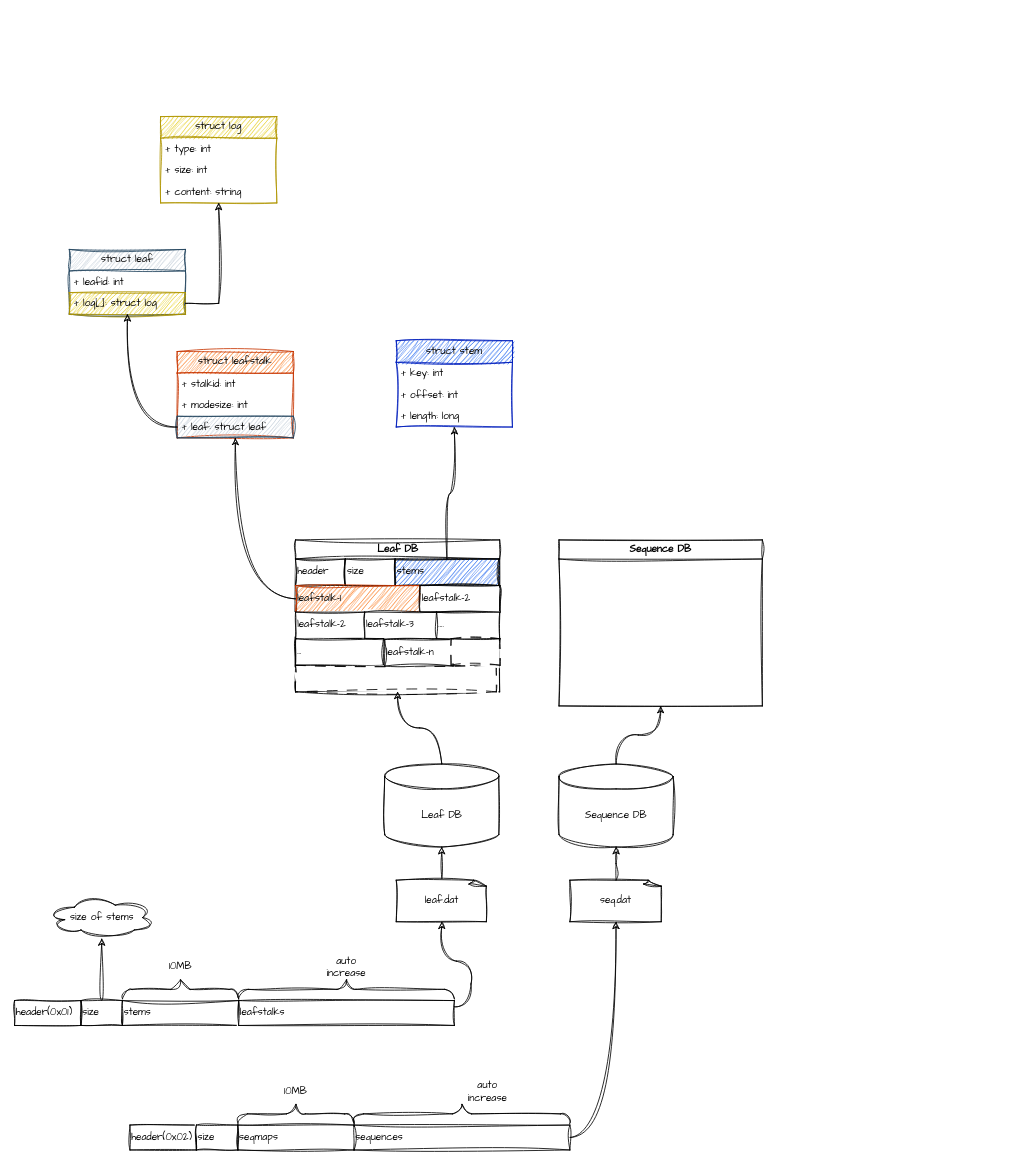
Earlier version of the draw.io diagram Untitled Diagram.drawio (LukeAtTheWorld/LUKE). Source tidied: cells renumbered, new cells numbered last; positions are measured from the earlier drawing's top-left corner, leaving out a move shared by most shapes. Both pictures are drawn from the tidied source at 83%, with x=0, y=0 at pixel (14, 116).
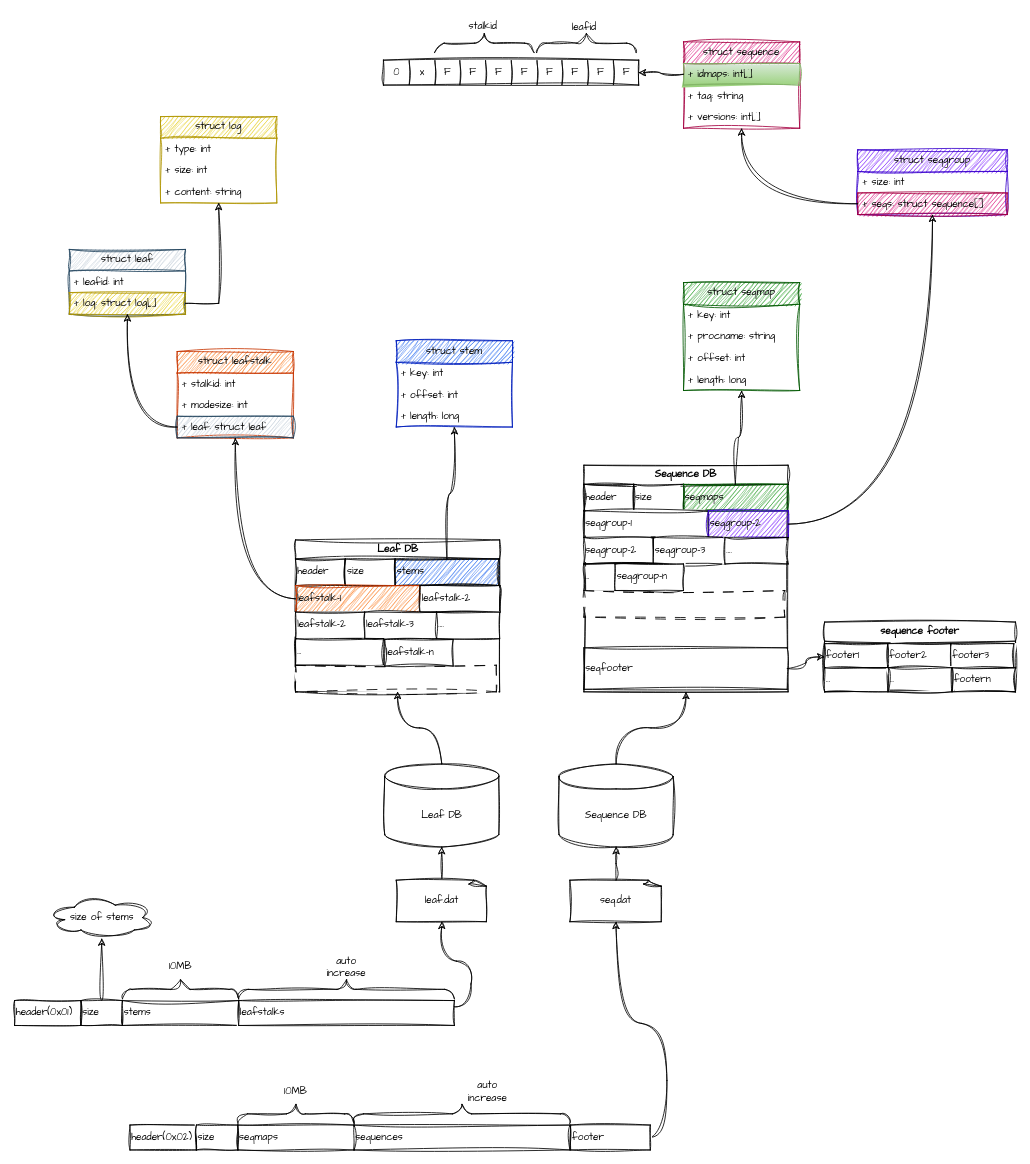
Above is the later version.

The change refers to these unchanged cells:
```xml
<mxCell id="17" value="Sequence DB" style="shape=cylinder3;whiteSpace=wrap;html=1;boundedLbl=1;backgroundOutline=1;size=15;sketch=1;curveFitting=1;jiggle=2;shadow=0;fontFamily=Comic Sans MS;" parent="1" vertex="1">
  <mxGeometry x="656" y="780" width="137.5" height="100" as="geometry" />
</mxCell>
<mxCell id="21" value="seq.dat" style="whiteSpace=wrap;html=1;shape=mxgraph.basic.document;align=center;sketch=1;curveFitting=1;jiggle=2;shadow=0;fontFamily=Comic Sans MS;" parent="1" vertex="1">
  <mxGeometry x="669.1" y="920" width="111.2" height="50" as="geometry" />
</mxCell>
<mxCell id="44" value="struct leaf" style="swimlane;fontStyle=0;horizontal=1;startSize=26;fillColor=#bac8d3;whiteSpace=wrap;html=1;sketch=1;curveFitting=1;jiggle=2;fontFamily=Comic Sans MS;strokeColor=#23445d;fillStyle=auto;" parent="1" vertex="1">
  <mxGeometry x="66" y="160" width="140" height="78" as="geometry" />
</mxCell>
<mxCell id="59" value="sequences" style="rounded=0;whiteSpace=wrap;html=1;align=left;fontFamily=Comic Sans MS;sketch=1;curveFitting=1;jiggle=2;" parent="1" vertex="1">
  <mxGeometry x="409.1" y="1215" width="260" height="30" as="geometry" />
</mxCell>
```

Change to the diagram source:
```diff
@@
-    <mxCell id="16" style="edgeStyle=orthogonalEdgeStyle;rounded=0;jettySize=auto;html=1;entryX=0.5;entryY=1;entryDx=0;entryDy=0;curved=1;sketch=1;curveFitting=1;jiggle=2;shadow=0;fontFamily=Comic Sans MS;" parent="1" edge="1" source="17" target="22">
+    <mxCell id="16" style="edgeStyle=orthogonalEdgeStyle;rounded=0;jettySize=auto;html=1;curved=1;sketch=1;curveFitting=1;jiggle=2;shadow=0;fontFamily=Comic Sans MS;entryX=0.5;entryY=1;entryDx=0;entryDy=0;" parent="1" edge="1" source="17" target="22">
       <mxGeometry relative="1" as="geometry" />
     </mxCell>
@@
-    <mxCell id="22" value="Sequence DB" style="swimlane;whiteSpace=wrap;html=1;sketch=1;curveFitting=1;jiggle=2;shadow=0;fontFamily=Comic Sans MS;" parent="1" vertex="1">
-      <mxGeometry x="656" y="510" width="245" height="200" as="geometry" />
-    </mxCell>
-    <mxCell id="23" style="rounded=0;whiteSpace=wrap;html=1;align=left;sketch=1;curveFitting=1;jiggle=2;shadow=0;fontFamily=Comic Sans MS;dashed=1;dashPattern=12 12;" parent="22" vertex="1">
-      <mxGeometry x="-130" y="119" width="59" height="32" as="geometry" />
-    </mxCell>
@@
-    <mxCell id="46" value="+ log[]: struct log" style="text;strokeColor=#B09500;fillColor=#e3c800;align=left;verticalAlign=top;spacingLeft=4;spacingRight=4;overflow=hidden;points=[[0,0.5],[1,0.5]];portConstraint=eastwest;whiteSpace=wrap;html=1;sketch=1;curveFitting=1;jiggle=2;fontFamily=Comic Sans MS;fontColor=#000000;" parent="44" vertex="1">
+    <mxCell id="46" value="+ log: struct log[]" style="text;strokeColor=#B09500;fillColor=#e3c800;align=left;verticalAlign=top;spacingLeft=4;spacingRight=4;overflow=hidden;points=[[0,0.5],[1,0.5]];portConstraint=eastwest;whiteSpace=wrap;html=1;sketch=1;curveFitting=1;jiggle=2;fontFamily=Comic Sans MS;fontColor=#000000;" parent="44" vertex="1">
       <mxGeometry y="52" width="140" height="26" as="geometry" />
     </mxCell>
@@
-    <mxCell id="58" style="edgeStyle=orthogonalEdgeStyle;rounded=0;jettySize=auto;html=1;curved=1;sketch=1;curveFitting=1;jiggle=2;exitX=1;exitY=0.5;exitDx=0;exitDy=0;" parent="1" edge="1" source="59" target="21">
+    <mxCell id="58" style="edgeStyle=orthogonalEdgeStyle;rounded=0;jettySize=auto;html=1;curved=1;sketch=1;curveFitting=1;jiggle=2;exitX=1;exitY=0.5;exitDx=0;exitDy=0;" parent="1" edge="1" source="82" target="21">
       <mxGeometry relative="1" as="geometry" />
     </mxCell>
@@
+    <mxCell id="22" value="Sequence DB" style="swimlane;whiteSpace=wrap;html=1;sketch=1;curveFitting=1;jiggle=2;shadow=0;fontFamily=Comic Sans MS;" parent="1" vertex="1">
+      <mxGeometry x="686" y="420" width="246" height="273" as="geometry" />
+    </mxCell>
+    <mxCell id="63" value="header" style="rounded=0;whiteSpace=wrap;html=1;align=left;sketch=1;curveFitting=1;jiggle=2;shadow=0;fontFamily=Comic Sans MS;" parent="22" vertex="1">
+      <mxGeometry y="23" width="60" height="32" as="geometry" />
+    </mxCell>
+    <mxCell id="64" value="size" style="rounded=0;whiteSpace=wrap;html=1;align=left;sketch=1;curveFitting=1;jiggle=2;shadow=0;fontFamily=Comic Sans MS;" parent="22" vertex="1">
+      <mxGeometry x="60" y="23" width="60" height="32" as="geometry" />
+    </mxCell>
+    <mxCell id="65" value="seqmaps" style="rounded=0;whiteSpace=wrap;html=1;align=left;sketch=1;curveFitting=1;jiggle=2;shadow=0;fontFamily=Comic Sans MS;fillColor=#008a00;fontColor=#000000;strokeColor=#005700;" parent="22" vertex="1">
+      <mxGeometry x="120" y="23" width="125" height="32" as="geometry" />
+    </mxCell>
+    <mxCell id="66" value="seqgroup-1" style="rounded=0;whiteSpace=wrap;html=1;align=left;sketch=1;curveFitting=1;jiggle=2;shadow=0;fontFamily=Comic Sans MS;" parent="22" vertex="1">
+      <mxGeometry y="55" width="150" height="32" as="geometry" />
+    </mxCell>
+    <mxCell id="67" value="seqgroup-2" style="rounded=0;whiteSpace=wrap;html=1;align=left;sketch=1;curveFitting=1;jiggle=2;shadow=0;fontFamily=Comic Sans MS;fillColor=#6a00ff;fontColor=#000000;strokeColor=#3700CC;" parent="22" vertex="1">
+      <mxGeometry x="150" y="55" width="96.5" height="32" as="geometry" />
+    </mxCell>
+    <mxCell id="68" value="seqgroup-2" style="rounded=0;whiteSpace=wrap;html=1;align=left;sketch=1;curveFitting=1;jiggle=2;shadow=0;fontFamily=Comic Sans MS;" parent="22" vertex="1">
+      <mxGeometry y="87" width="83.5" height="32" as="geometry" />
+    </mxCell>
+    <mxCell id="69" value="seqgroup-3" style="rounded=0;whiteSpace=wrap;html=1;align=left;sketch=1;curveFitting=1;jiggle=2;shadow=0;fontFamily=Comic Sans MS;" parent="22" vertex="1">
+      <mxGeometry x="83.5" y="87" width="86.5" height="32" as="geometry" />
+    </mxCell>
+    <mxCell id="70" value="...." style="rounded=0;whiteSpace=wrap;html=1;align=left;sketch=1;curveFitting=1;jiggle=2;shadow=0;fontFamily=Comic Sans MS;" parent="22" vertex="1">
+      <mxGeometry x="170" y="87" width="76" height="32" as="geometry" />
+    </mxCell>
+    <mxCell id="71" value="..." style="rounded=0;whiteSpace=wrap;html=1;align=left;sketch=1;curveFitting=1;jiggle=2;shadow=0;fontFamily=Comic Sans MS;" parent="22" vertex="1">
+      <mxGeometry y="119" width="106" height="32" as="geometry" />
+    </mxCell>
+    <mxCell id="72" style="rounded=0;whiteSpace=wrap;html=1;align=left;sketch=1;curveFitting=1;jiggle=2;shadow=0;fontFamily=Comic Sans MS;dashed=1;dashPattern=12 12;" parent="22" vertex="1">
+      <mxGeometry y="151" width="242" height="32" as="geometry" />
+    </mxCell>
+    <mxCell id="73" value="seqgroup-n" style="rounded=0;whiteSpace=wrap;html=1;align=left;sketch=1;curveFitting=1;jiggle=2;shadow=0;fontFamily=Comic Sans MS;" parent="22" vertex="1">
+      <mxGeometry x="37.5" y="119" width="82.5" height="32" as="geometry" />
+    </mxCell>
+    <mxCell id="74" value="seqfooter" style="rounded=0;whiteSpace=wrap;html=1;align=left;sketch=1;curveFitting=1;jiggle=2;shadow=0;fontFamily=Comic Sans MS;" parent="22" vertex="1">
+      <mxGeometry y="220" width="245" height="50" as="geometry" />
+    </mxCell>
+    <mxCell id="75" value="sequence footer" style="swimlane;whiteSpace=wrap;html=1;sketch=1;curveFitting=1;jiggle=2;shadow=0;fontFamily=Comic Sans MS;" parent="1" vertex="1">
+      <mxGeometry x="976" y="609" width="230" height="84" as="geometry" />
+    </mxCell>
+    <mxCell id="76" value="footer1" style="rounded=0;whiteSpace=wrap;html=1;align=left;sketch=1;curveFitting=1;jiggle=2;shadow=0;fontFamily=Comic Sans MS;" parent="75" vertex="1">
+      <mxGeometry y="26" width="76" height="29" as="geometry" />
+    </mxCell>
+    <mxCell id="77" value="footer2" style="rounded=0;whiteSpace=wrap;html=1;align=left;sketch=1;curveFitting=1;jiggle=2;shadow=0;fontFamily=Comic Sans MS;" parent="75" vertex="1">
+      <mxGeometry x="76" y="26" width="76" height="29" as="geometry" />
+    </mxCell>
+    <mxCell id="78" value="footer3" style="rounded=0;whiteSpace=wrap;html=1;align=left;sketch=1;curveFitting=1;jiggle=2;shadow=0;fontFamily=Comic Sans MS;" parent="75" vertex="1">
+      <mxGeometry x="152" y="26" width="76" height="29" as="geometry" />
+    </mxCell>
+    <mxCell id="79" value="..." style="rounded=0;whiteSpace=wrap;html=1;align=left;sketch=1;curveFitting=1;jiggle=2;shadow=0;fontFamily=Comic Sans MS;" parent="75" vertex="1">
+      <mxGeometry y="55" width="76" height="29" as="geometry" />
+    </mxCell>
+    <mxCell id="80" value="..." style="rounded=0;whiteSpace=wrap;html=1;align=left;sketch=1;curveFitting=1;jiggle=2;shadow=0;fontFamily=Comic Sans MS;" parent="75" vertex="1">
+      <mxGeometry x="77" y="55" width="76" height="29" as="geometry" />
+    </mxCell>
+    <mxCell id="81" value="footern" style="rounded=0;whiteSpace=wrap;html=1;align=left;sketch=1;curveFitting=1;jiggle=2;shadow=0;fontFamily=Comic Sans MS;" parent="75" vertex="1">
+      <mxGeometry x="154" y="55" width="76" height="29" as="geometry" />
+    </mxCell>
+    <mxCell id="82" value="footer" style="rounded=0;whiteSpace=wrap;html=1;align=left;fontFamily=Comic Sans MS;sketch=1;curveFitting=1;jiggle=2;" parent="1" vertex="1">
+      <mxGeometry x="670" y="1215" width="96" height="30" as="geometry" />
+    </mxCell>
+    <mxCell id="83" style="edgeStyle=orthogonalEdgeStyle;rounded=0;jettySize=auto;html=1;curved=1;sketch=1;curveFitting=1;jiggle=2;" parent="1" edge="1" source="74" target="75">
+      <mxGeometry relative="1" as="geometry" />
+    </mxCell>
+    <mxCell id="84" value="struct seqmap" style="swimlane;fontStyle=0;horizontal=1;startSize=26;whiteSpace=wrap;html=1;sketch=1;curveFitting=1;jiggle=2;fontFamily=Comic Sans MS;fillColor=#008a00;fontColor=#000000;strokeColor=#005700;" parent="1" vertex="1">
+      <mxGeometry x="806" y="200" width="140" height="130" as="geometry" />
+    </mxCell>
+    <mxCell id="85" value="+ key: int" style="text;strokeColor=none;fillColor=none;align=left;verticalAlign=top;spacingLeft=4;spacingRight=4;overflow=hidden;whiteSpace=wrap;html=1;sketch=1;curveFitting=1;jiggle=2;fontFamily=Comic Sans MS;" parent="84" vertex="1">
+      <mxGeometry y="26" width="140" height="26" as="geometry" />
+    </mxCell>
+    <mxCell id="86" value="+ procname: string" style="text;strokeColor=none;fillColor=none;align=left;verticalAlign=top;spacingLeft=4;spacingRight=4;overflow=hidden;whiteSpace=wrap;html=1;sketch=1;curveFitting=1;jiggle=2;fontFamily=Comic Sans MS;" parent="84" vertex="1">
+      <mxGeometry y="52" width="140" height="26" as="geometry" />
+    </mxCell>
+    <mxCell id="87" value="+ offset: int" style="text;strokeColor=none;fillColor=none;align=left;verticalAlign=top;spacingLeft=4;spacingRight=4;overflow=hidden;whiteSpace=wrap;html=1;sketch=1;curveFitting=1;jiggle=2;fontFamily=Comic Sans MS;" parent="84" vertex="1">
+      <mxGeometry y="78" width="140" height="26" as="geometry" />
+    </mxCell>
+    <mxCell id="88" value="+ length: long" style="text;strokeColor=none;fillColor=none;align=left;verticalAlign=top;spacingLeft=4;spacingRight=4;overflow=hidden;whiteSpace=wrap;html=1;sketch=1;curveFitting=1;jiggle=2;fontFamily=Comic Sans MS;" parent="84" vertex="1">
+      <mxGeometry y="104" width="140" height="26" as="geometry" />
+    </mxCell>
+    <mxCell id="89" style="edgeStyle=orthogonalEdgeStyle;rounded=0;jettySize=auto;html=1;curved=1;sketch=1;curveFitting=1;jiggle=2;" parent="1" edge="1" source="65" target="84">
+      <mxGeometry relative="1" as="geometry" />
+    </mxCell>
+    <mxCell id="90" value="struct seqgroup" style="swimlane;fontStyle=0;horizontal=1;startSize=26;whiteSpace=wrap;html=1;sketch=1;curveFitting=1;jiggle=2;fontFamily=Comic Sans MS;fillColor=#6a00ff;fontColor=#000000;strokeColor=#3700CC;" parent="1" vertex="1">
+      <mxGeometry x="1016" y="40" width="180" height="78" as="geometry" />
+    </mxCell>
+    <mxCell id="91" value="+ size: int" style="text;strokeColor=none;fillColor=none;align=left;verticalAlign=top;spacingLeft=4;spacingRight=4;overflow=hidden;whiteSpace=wrap;html=1;sketch=1;curveFitting=1;jiggle=2;fontFamily=Comic Sans MS;" parent="90" vertex="1">
+      <mxGeometry y="26" width="180" height="26" as="geometry" />
+    </mxCell>
+    <mxCell id="92" value="+ seqs: struct sequence[]" style="text;strokeColor=#A50040;fillColor=#d80073;align=left;verticalAlign=top;spacingLeft=4;spacingRight=4;overflow=hidden;points=[[0,0.5],[1,0.5]];portConstraint=eastwest;whiteSpace=wrap;html=1;sketch=1;curveFitting=1;jiggle=2;fontFamily=Comic Sans MS;fontColor=#000000;" parent="90" vertex="1">
+      <mxGeometry y="52" width="180" height="26" as="geometry" />
+    </mxCell>
+    <mxCell id="93" style="edgeStyle=orthogonalEdgeStyle;rounded=0;jettySize=auto;html=1;curved=1;sketch=1;curveFitting=1;jiggle=2;" parent="1" edge="1" source="67" target="90">
+      <mxGeometry relative="1" as="geometry" />
+    </mxCell>
+    <mxCell id="94" value="struct sequence" style="swimlane;fontStyle=0;horizontal=1;startSize=26;fillColor=#d80073;whiteSpace=wrap;html=1;sketch=1;curveFitting=1;jiggle=2;fontFamily=Comic Sans MS;fontColor=#000000;strokeColor=#A50040;" parent="1" vertex="1">
+      <mxGeometry x="806" y="-90" width="140" height="104" as="geometry" />
+    </mxCell>
+    <mxCell id="95" value="+ idmaps: int[]" style="text;strokeColor=#82b366;fillColor=#d5e8d4;align=left;verticalAlign=top;spacingLeft=4;spacingRight=4;overflow=hidden;points=[[0,0.5],[1,0.5]];portConstraint=eastwest;whiteSpace=wrap;html=1;sketch=1;curveFitting=1;jiggle=2;fontFamily=Comic Sans MS;gradientColor=#97d077;" parent="94" vertex="1">
+      <mxGeometry y="26" width="140" height="26" as="geometry" />
+    </mxCell>
+    <mxCell id="96" value="+ tag: string" style="text;strokeColor=none;fillColor=none;align=left;verticalAlign=top;spacingLeft=4;spacingRight=4;overflow=hidden;whiteSpace=wrap;html=1;sketch=1;curveFitting=1;jiggle=2;fontFamily=Comic Sans MS;" parent="94" vertex="1">
+      <mxGeometry y="52" width="140" height="26" as="geometry" />
+    </mxCell>
+    <mxCell id="97" value="+ versions: int[]" style="text;strokeColor=none;fillColor=none;align=left;verticalAlign=top;spacingLeft=4;spacingRight=4;overflow=hidden;whiteSpace=wrap;html=1;sketch=1;curveFitting=1;jiggle=2;fontFamily=Comic Sans MS;" parent="94" vertex="1">
+      <mxGeometry y="78" width="140" height="26" as="geometry" />
+    </mxCell>
+    <mxCell id="98" style="edgeStyle=orthogonalEdgeStyle;rounded=0;jettySize=auto;html=1;curved=1;sketch=1;curveFitting=1;jiggle=2;" parent="1" edge="1" source="92" target="94">
+      <mxGeometry relative="1" as="geometry" />
+    </mxCell>
+    <mxCell id="99" style="shape=table;startSize=0;childLayout=tableLayout;fontFamily=Comic Sans MS;sketch=1;curveFitting=1;jiggle=2;" parent="1" vertex="1">
+      <mxGeometry x="444.5" y="-68" width="307.5" height="30" as="geometry" />
+    </mxCell>
+    <mxCell id="100" style="shape=tableRow;horizontal=0;startSize=0;swimlaneHead=0;swimlaneBody=0;strokeColor=inherit;top=0;left=0;bottom=0;right=0;fillColor=none;points=[[0,0.5],[1,0.5]];portConstraint=eastwest;fontFamily=Comic Sans MS;sketch=1;curveFitting=1;jiggle=2;" parent="99" vertex="1">
+      <mxGeometry width="307.5" height="30" as="geometry" />
+    </mxCell>
+    <mxCell id="101" value="0" style="shape=partialRectangle;html=1;whiteSpace=wrap;strokeColor=inherit;overflow=hidden;fillColor=none;top=0;left=0;bottom=0;right=0;fontFamily=Comic Sans MS;sketch=1;curveFitting=1;jiggle=2;" parent="100" vertex="1">
+      <mxGeometry width="31" height="30" as="geometry" />
+    </mxCell>
+    <mxCell id="102" value="x" style="shape=partialRectangle;html=1;whiteSpace=wrap;strokeColor=inherit;overflow=hidden;fillColor=none;top=0;left=0;bottom=0;right=0;fontFamily=Comic Sans MS;sketch=1;curveFitting=1;jiggle=2;" parent="100" vertex="1">
+      <mxGeometry x="31" width="31" height="30" as="geometry" />
+    </mxCell>
+    <mxCell id="103" value="F" style="shape=partialRectangle;html=1;whiteSpace=wrap;strokeColor=inherit;overflow=hidden;fillColor=none;top=0;left=0;bottom=0;right=0;fontFamily=Comic Sans MS;sketch=1;curveFitting=1;jiggle=2;" parent="100" vertex="1">
+      <mxGeometry x="62" width="30" height="30" as="geometry" />
+    </mxCell>
+    <mxCell id="104" value="F" style="shape=partialRectangle;html=1;whiteSpace=wrap;strokeColor=inherit;overflow=hidden;fillColor=none;top=0;left=0;bottom=0;right=0;fontFamily=Comic Sans MS;sketch=1;curveFitting=1;jiggle=2;" parent="100" vertex="1">
+      <mxGeometry x="92" width="31" height="30" as="geometry" />
+    </mxCell>
+    <mxCell id="105" value="F" style="shape=partialRectangle;html=1;whiteSpace=wrap;strokeColor=inherit;overflow=hidden;fillColor=none;top=0;left=0;bottom=0;right=0;fontFamily=Comic Sans MS;sketch=1;curveFitting=1;jiggle=2;" parent="100" vertex="1">
+      <mxGeometry x="123" width="31" height="30" as="geometry" />
+    </mxCell>
+    <mxCell id="106" value="F" style="shape=partialRectangle;html=1;whiteSpace=wrap;strokeColor=inherit;overflow=hidden;fillColor=none;top=0;left=0;bottom=0;right=0;fontFamily=Comic Sans MS;sketch=1;curveFitting=1;jiggle=2;" parent="100" vertex="1">
+      <mxGeometry x="154" width="31" height="30" as="geometry" />
+    </mxCell>
+    <mxCell id="107" value="F" style="shape=partialRectangle;html=1;whiteSpace=wrap;strokeColor=inherit;overflow=hidden;fillColor=none;top=0;left=0;bottom=0;right=0;fontFamily=Comic Sans MS;sketch=1;curveFitting=1;jiggle=2;" parent="100" vertex="1">
+      <mxGeometry x="185" width="30" height="30" as="geometry" />
+    </mxCell>
+    <mxCell id="108" value="F" style="shape=partialRectangle;html=1;whiteSpace=wrap;strokeColor=inherit;overflow=hidden;fillColor=none;top=0;left=0;bottom=0;right=0;fontFamily=Comic Sans MS;sketch=1;curveFitting=1;jiggle=2;" parent="100" vertex="1">
+      <mxGeometry x="215" width="31" height="30" as="geometry" />
+    </mxCell>
+    <mxCell id="109" value="F" style="shape=partialRectangle;html=1;whiteSpace=wrap;strokeColor=inherit;overflow=hidden;fillColor=none;top=0;left=0;bottom=0;right=0;fontFamily=Comic Sans MS;sketch=1;curveFitting=1;jiggle=2;" parent="100" vertex="1">
+      <mxGeometry x="246" width="31" height="30" as="geometry" />
+    </mxCell>
+    <mxCell id="110" value="F" style="shape=partialRectangle;html=1;whiteSpace=wrap;strokeColor=inherit;overflow=hidden;fillColor=none;top=0;left=0;bottom=0;right=0;fontFamily=Comic Sans MS;sketch=1;curveFitting=1;jiggle=2;" parent="100" vertex="1">
+      <mxGeometry x="277" width="31" height="30" as="geometry" />
+    </mxCell>
+    <mxCell id="111" style="verticalLabelPosition=bottom;shadow=0;dashed=0;align=center;html=1;verticalAlign=top;strokeWidth=1;shape=mxgraph.mockup.markup.curlyBrace;whiteSpace=wrap;strokeColor=#000000;fontFamily=Comic Sans MS;sketch=1;curveFitting=1;jiggle=2;" parent="1" vertex="1">
+      <mxGeometry x="506" y="-100" width="120" height="23" as="geometry" />
+    </mxCell>
+    <mxCell id="112" value="stalkid" style="text;html=1;align=center;verticalAlign=middle;strokeColor=none;fillColor=none;sketch=1;curveFitting=1;jiggle=2;fontFamily=Comic Sans MS;" parent="1" vertex="1">
+      <mxGeometry x="534" y="-123" width="60" height="30" as="geometry" />
+    </mxCell>
+    <mxCell id="113" style="verticalLabelPosition=bottom;shadow=0;dashed=0;align=center;html=1;verticalAlign=top;strokeWidth=1;shape=mxgraph.mockup.markup.curlyBrace;whiteSpace=wrap;strokeColor=#000000;fontFamily=Comic Sans MS;sketch=1;curveFitting=1;jiggle=2;" parent="1" vertex="1">
+      <mxGeometry x="629" y="-100" width="120" height="23" as="geometry" />
+    </mxCell>
+    <mxCell id="114" value="leafid" style="text;html=1;align=center;verticalAlign=middle;strokeColor=none;fillColor=none;sketch=1;curveFitting=1;jiggle=2;fontFamily=Comic Sans MS;" parent="1" vertex="1">
+      <mxGeometry x="656" y="-122" width="60" height="30" as="geometry" />
+    </mxCell>
+    <mxCell id="115" style="edgeStyle=orthogonalEdgeStyle;rounded=0;jettySize=auto;html=1;curved=1;sketch=1;curveFitting=1;jiggle=2;" parent="1" edge="1" source="95" target="100">
+      <mxGeometry relative="1" as="geometry" />
+    </mxCell>
```
